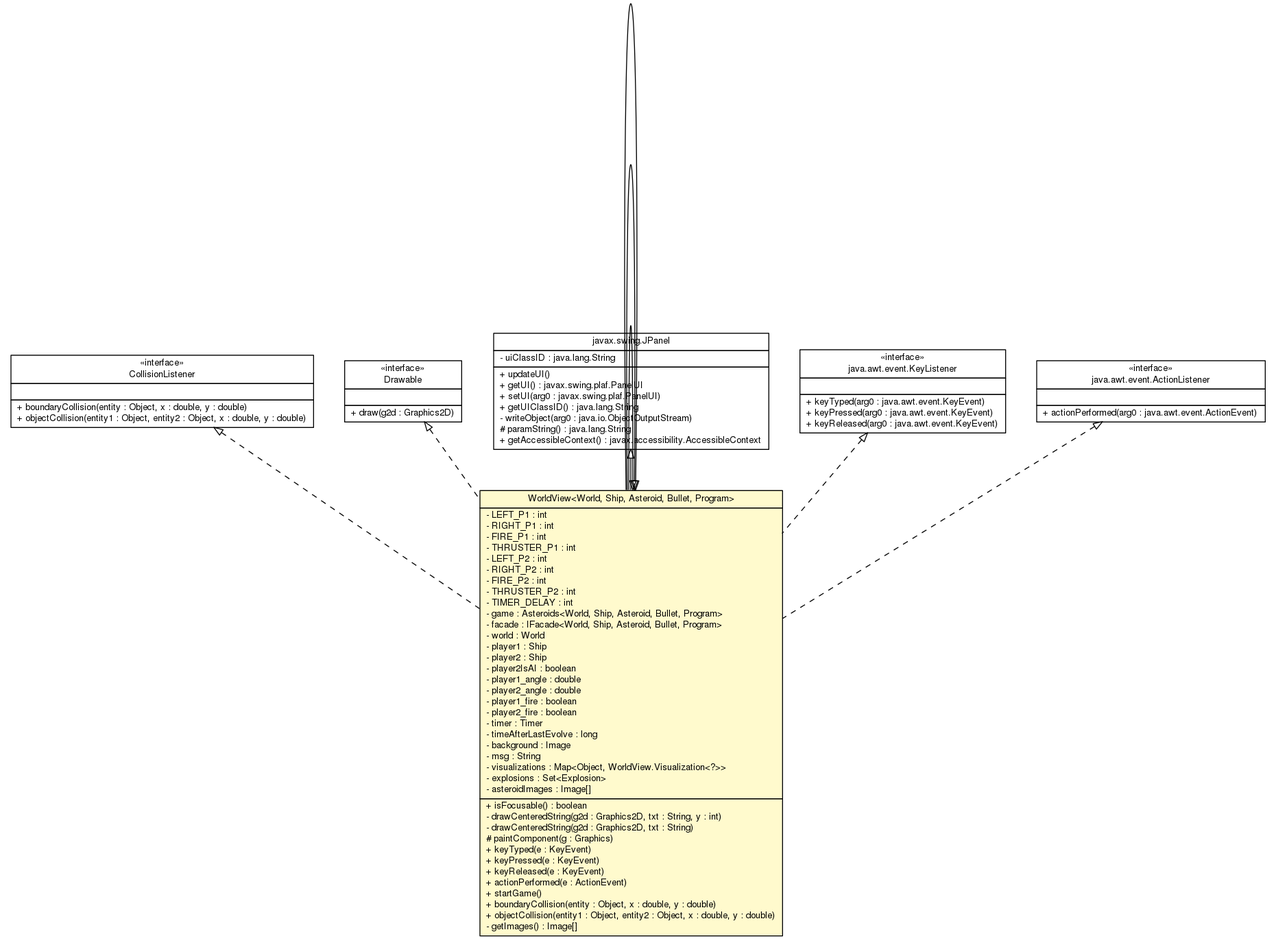
sinopeus/asteroids keeps this Graphviz diagram as doc/main/WorldView.png. Above is the earlier version. Its source is kept beside it as doc/main/WorldView.dot. The source it was exported from:
```dot

digraph G {
	edge [fontname="Helvetica",fontsize=10,labelfontname="Helvetica",labelfontsize=10];
	node [fontname="Helvetica",fontsize=10,shape=plaintext];
	nodesep=0.25;
	ranksep=0.5;
	c17926 [label=<<table title="main.CollisionListener" border="0" cellborder="1" cellspacing="0" cellpadding="2" port="p" href="./CollisionListener.html">
		<tr><td><table border="0" cellspacing="0" cellpadding="1">
<tr><td align="center" balign="center"> &#171;interface&#187; </td></tr>
<tr><td align="center" balign="center"> CollisionListener </td></tr>
		</table></td></tr>
		<tr><td><table border="0" cellspacing="0" cellpadding="1">
<tr><td align="left" balign="left">  </td></tr>
		</table></td></tr>
		<tr><td><table border="0" cellspacing="0" cellpadding="1">
<tr><td align="left" balign="left"> + boundaryCollision(entity : Object, x : double, y : double) </td></tr>
<tr><td align="left" balign="left"> + objectCollision(entity1 : Object, entity2 : Object, x : double, y : double) </td></tr>
		</table></td></tr>
		</table>>, URL="./CollisionListener.html", fontname="Helvetica", fontcolor="black", fontsize=10.0];
	c17927 [label=<<table title="main.WorldView" border="0" cellborder="1" cellspacing="0" cellpadding="2" port="p" bgcolor="lemonChiffon" href="./WorldView.html">
		<tr><td><table border="0" cellspacing="0" cellpadding="1">
<tr><td align="center" balign="center"> WorldView&lt;World, Ship, Asteroid, Bullet, Program&gt; </td></tr>
		</table></td></tr>
		<tr><td><table border="0" cellspacing="0" cellpadding="1">
<tr><td align="left" balign="left"> - LEFT_P1 : int </td></tr>
<tr><td align="left" balign="left"> - RIGHT_P1 : int </td></tr>
<tr><td align="left" balign="left"> - FIRE_P1 : int </td></tr>
<tr><td align="left" balign="left"> - THRUSTER_P1 : int </td></tr>
<tr><td align="left" balign="left"> - LEFT_P2 : int </td></tr>
<tr><td align="left" balign="left"> - RIGHT_P2 : int </td></tr>
<tr><td align="left" balign="left"> - FIRE_P2 : int </td></tr>
<tr><td align="left" balign="left"> - THRUSTER_P2 : int </td></tr>
<tr><td align="left" balign="left"> - TIMER_DELAY : int </td></tr>
<tr><td align="left" balign="left"> - game : Asteroids&lt;World, Ship, Asteroid, Bullet, Program&gt; </td></tr>
<tr><td align="left" balign="left"> - facade : IFacade&lt;World, Ship, Asteroid, Bullet, Program&gt; </td></tr>
<tr><td align="left" balign="left"> - world : World </td></tr>
<tr><td align="left" balign="left"> - player1 : Ship </td></tr>
<tr><td align="left" balign="left"> - player2 : Ship </td></tr>
<tr><td align="left" balign="left"> - player2IsAI : boolean </td></tr>
<tr><td align="left" balign="left"> - player1_angle : double </td></tr>
<tr><td align="left" balign="left"> - player2_angle : double </td></tr>
<tr><td align="left" balign="left"> - player1_fire : boolean </td></tr>
<tr><td align="left" balign="left"> - player2_fire : boolean </td></tr>
<tr><td align="left" balign="left"> - timer : Timer </td></tr>
<tr><td align="left" balign="left"> - timeAfterLastEvolve : long </td></tr>
<tr><td align="left" balign="left"> - background : Image </td></tr>
<tr><td align="left" balign="left"> - msg : String </td></tr>
<tr><td align="left" balign="left"> - visualizations : Map&lt;Object, WorldView.Visualization&lt;?&gt;&gt; </td></tr>
<tr><td align="left" balign="left"> - explosions : Set&lt;Explosion&gt; </td></tr>
<tr><td align="left" balign="left"> - asteroidImages : Image[] </td></tr>
		</table></td></tr>
		<tr><td><table border="0" cellspacing="0" cellpadding="1">
<tr><td align="left" balign="left"> + isFocusable() : boolean </td></tr>
<tr><td align="left" balign="left"> - drawCenteredString(g2d : Graphics2D, txt : String, y : int) </td></tr>
<tr><td align="left" balign="left"> - drawCenteredString(g2d : Graphics2D, txt : String) </td></tr>
<tr><td align="left" balign="left"> # paintComponent(g : Graphics) </td></tr>
<tr><td align="left" balign="left"> + keyTyped(e : KeyEvent) </td></tr>
<tr><td align="left" balign="left"> + keyPressed(e : KeyEvent) </td></tr>
<tr><td align="left" balign="left"> + keyReleased(e : KeyEvent) </td></tr>
<tr><td align="left" balign="left"> + actionPerformed(e : ActionEvent) </td></tr>
<tr><td align="left" balign="left"> + startGame() </td></tr>
<tr><td align="left" balign="left"> + boundaryCollision(entity : Object, x : double, y : double) </td></tr>
<tr><td align="left" balign="left"> + objectCollision(entity1 : Object, entity2 : Object, x : double, y : double) </td></tr>
<tr><td align="left" balign="left"> - getImages() : Image[] </td></tr>
		</table></td></tr>
		</table>>, URL="./WorldView.html", fontname="Helvetica", fontcolor="black", fontsize=10.0];
	c17930 [label=<<table title="main.Drawable" border="0" cellborder="1" cellspacing="0" cellpadding="2" port="p" href="./Drawable.html">
		<tr><td><table border="0" cellspacing="0" cellpadding="1">
<tr><td align="center" balign="center"> &#171;interface&#187; </td></tr>
<tr><td align="center" balign="center"> Drawable </td></tr>
		</table></td></tr>
		<tr><td><table border="0" cellspacing="0" cellpadding="1">
<tr><td align="left" balign="left">  </td></tr>
		</table></td></tr>
		<tr><td><table border="0" cellspacing="0" cellpadding="1">
<tr><td align="left" balign="left"> + draw(g2d : Graphics2D) </td></tr>
		</table></td></tr>
		</table>>, URL="./Drawable.html", fontname="Helvetica", fontcolor="black", fontsize=10.0];
	c18047:p -> c17927:p [dir=back,arrowtail=empty];
	c18048:p -> c17927:p [dir=back,arrowtail=empty,style=dashed];
	c18049:p -> c17927:p [dir=back,arrowtail=empty,style=dashed];
	c17926:p -> c17927:p [dir=back,arrowtail=empty,style=dashed];
	c17930:p -> c17927:p [dir=back,arrowtail=empty,style=dashed];
	c17927:p -> c17927:p [dir=back,arrowtail=empty];
	c17927:p -> c17927:p [dir=back,arrowtail=empty];
	c17927:p -> c17927:p [dir=back,arrowtail=empty];
	c18047 [label=<<table title="javax.swing.JPanel" border="0" cellborder="1" cellspacing="0" cellpadding="2" port="p" href="http://java.sun.com/j2se/1.4.2/docs/api/javax/swing/JPanel.html">
		<tr><td><table border="0" cellspacing="0" cellpadding="1">
<tr><td align="center" balign="center"> javax.swing.JPanel </td></tr>
		</table></td></tr>
		<tr><td><table border="0" cellspacing="0" cellpadding="1">
<tr><td align="left" balign="left"> - uiClassID : java.lang.String </td></tr>
		</table></td></tr>
		<tr><td><table border="0" cellspacing="0" cellpadding="1">
<tr><td align="left" balign="left"> + updateUI() </td></tr>
<tr><td align="left" balign="left"> + getUI() : javax.swing.plaf.PanelUI </td></tr>
<tr><td align="left" balign="left"> + setUI(arg0 : javax.swing.plaf.PanelUI) </td></tr>
<tr><td align="left" balign="left"> + getUIClassID() : java.lang.String </td></tr>
<tr><td align="left" balign="left"> - writeObject(arg0 : java.io.ObjectOutputStream) </td></tr>
<tr><td align="left" balign="left"> # paramString() : java.lang.String </td></tr>
<tr><td align="left" balign="left"> + getAccessibleContext() : javax.accessibility.AccessibleContext </td></tr>
		</table></td></tr>
		</table>>, URL="http://java.sun.com/j2se/1.4.2/docs/api/javax/swing/JPanel.html", fontname="Helvetica", fontcolor="black", fontsize=10.0];
	c18048 [label=<<table title="java.awt.event.KeyListener" border="0" cellborder="1" cellspacing="0" cellpadding="2" port="p" href="http://java.sun.com/j2se/1.4.2/docs/api/java/awt/event/KeyListener.html">
		<tr><td><table border="0" cellspacing="0" cellpadding="1">
<tr><td align="center" balign="center"> &#171;interface&#187; </td></tr>
<tr><td align="center" balign="center"> java.awt.event.KeyListener </td></tr>
		</table></td></tr>
		<tr><td><table border="0" cellspacing="0" cellpadding="1">
<tr><td align="left" balign="left">  </td></tr>
		</table></td></tr>
		<tr><td><table border="0" cellspacing="0" cellpadding="1">
<tr><td align="left" balign="left"> + keyTyped(arg0 : java.awt.event.KeyEvent) </td></tr>
<tr><td align="left" balign="left"> + keyPressed(arg0 : java.awt.event.KeyEvent) </td></tr>
<tr><td align="left" balign="left"> + keyReleased(arg0 : java.awt.event.KeyEvent) </td></tr>
		</table></td></tr>
		</table>>, URL="http://java.sun.com/j2se/1.4.2/docs/api/java/awt/event/KeyListener.html", fontname="Helvetica", fontcolor="black", fontsize=10.0];
	c18049 [label=<<table title="java.awt.event.ActionListener" border="0" cellborder="1" cellspacing="0" cellpadding="2" port="p" href="http://java.sun.com/j2se/1.4.2/docs/api/java/awt/event/ActionListener.html">
		<tr><td><table border="0" cellspacing="0" cellpadding="1">
<tr><td align="center" balign="center"> &#171;interface&#187; </td></tr>
<tr><td align="center" balign="center"> java.awt.event.ActionListener </td></tr>
		</table></td></tr>
		<tr><td><table border="0" cellspacing="0" cellpadding="1">
<tr><td align="left" balign="left">  </td></tr>
		</table></td></tr>
		<tr><td><table border="0" cellspacing="0" cellpadding="1">
<tr><td align="left" balign="left"> + actionPerformed(arg0 : java.awt.event.ActionEvent) </td></tr>
		</table></td></tr>
		</table>>, URL="http://java.sun.com/j2se/1.4.2/docs/api/java/awt/event/ActionListener.html", fontname="Helvetica", fontcolor="black", fontsize=10.0];
}
```
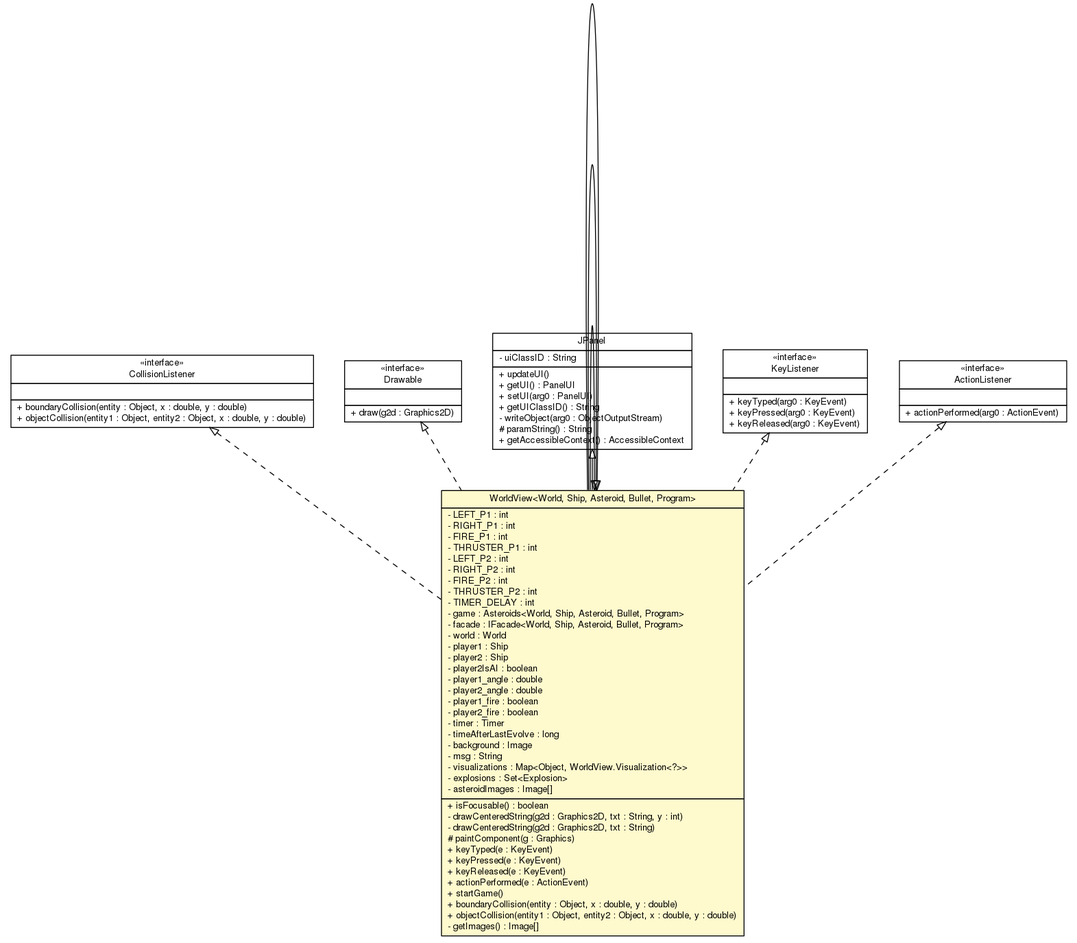
The same diagram one commit later.

The edit, as a diff of the source:
```diff
@@ -86,45 +86,45 @@
 	c17927:p -> c17927:p [dir=back,arrowtail=empty];
 	c18047 [label=<<table title="javax.swing.JPanel" border="0" cellborder="1" cellspacing="0" cellpadding="2" port="p" href="http://java.sun.com/j2se/1.4.2/docs/api/javax/swing/JPanel.html">
 		<tr><td><table border="0" cellspacing="0" cellpadding="1">
-<tr><td align="center" balign="center"> javax.swing.JPanel </td></tr>
+<tr><td align="center" balign="center"> JPanel </td></tr>
 		</table></td></tr>
 		<tr><td><table border="0" cellspacing="0" cellpadding="1">
-<tr><td align="left" balign="left"> - uiClassID : java.lang.String </td></tr>
+<tr><td align="left" balign="left"> - uiClassID : String </td></tr>
 		</table></td></tr>
 		<tr><td><table border="0" cellspacing="0" cellpadding="1">
 <tr><td align="left" balign="left"> + updateUI() </td></tr>
-<tr><td align="left" balign="left"> + getUI() : javax.swing.plaf.PanelUI </td></tr>
-<tr><td align="left" balign="left"> + setUI(arg0 : javax.swing.plaf.PanelUI) </td></tr>
-<tr><td align="left" balign="left"> + getUIClassID() : java.lang.String </td></tr>
-<tr><td align="left" balign="left"> - writeObject(arg0 : java.io.ObjectOutputStream) </td></tr>
-<tr><td align="left" balign="left"> # paramString() : java.lang.String </td></tr>
-<tr><td align="left" balign="left"> + getAccessibleContext() : javax.accessibility.AccessibleContext </td></tr>
+<tr><td align="left" balign="left"> + getUI() : PanelUI </td></tr>
+<tr><td align="left" balign="left"> + setUI(arg0 : PanelUI) </td></tr>
+<tr><td align="left" balign="left"> + getUIClassID() : String </td></tr>
+<tr><td align="left" balign="left"> - writeObject(arg0 : ObjectOutputStream) </td></tr>
+<tr><td align="left" balign="left"> # paramString() : String </td></tr>
+<tr><td align="left" balign="left"> + getAccessibleContext() : AccessibleContext </td></tr>
 		</table></td></tr>
 		</table>>, URL="http://java.sun.com/j2se/1.4.2/docs/api/javax/swing/JPanel.html", fontname="Helvetica", fontcolor="black", fontsize=10.0];
 	c18048 [label=<<table title="java.awt.event.KeyListener" border="0" cellborder="1" cellspacing="0" cellpadding="2" port="p" href="http://java.sun.com/j2se/1.4.2/docs/api/java/awt/event/KeyListener.html">
 		<tr><td><table border="0" cellspacing="0" cellpadding="1">
 <tr><td align="center" balign="center"> &#171;interface&#187; </td></tr>
-<tr><td align="center" balign="center"> java.awt.event.KeyListener </td></tr>
+<tr><td align="center" balign="center"> KeyListener </td></tr>
 		</table></td></tr>
 		<tr><td><table border="0" cellspacing="0" cellpadding="1">
 <tr><td align="left" balign="left">  </td></tr>
 		</table></td></tr>
 		<tr><td><table border="0" cellspacing="0" cellpadding="1">
-<tr><td align="left" balign="left"> + keyTyped(arg0 : java.awt.event.KeyEvent) </td></tr>
-<tr><td align="left" balign="left"> + keyPressed(arg0 : java.awt.event.KeyEvent) </td></tr>
-<tr><td align="left" balign="left"> + keyReleased(arg0 : java.awt.event.KeyEvent) </td></tr>
+<tr><td align="left" balign="left"> + keyTyped(arg0 : KeyEvent) </td></tr>
+<tr><td align="left" balign="left"> + keyPressed(arg0 : KeyEvent) </td></tr>
+<tr><td align="left" balign="left"> + keyReleased(arg0 : KeyEvent) </td></tr>
 		</table></td></tr>
 		</table>>, URL="http://java.sun.com/j2se/1.4.2/docs/api/java/awt/event/KeyListener.html", fontname="Helvetica", fontcolor="black", fontsize=10.0];
 	c18049 [label=<<table title="java.awt.event.ActionListener" border="0" cellborder="1" cellspacing="0" cellpadding="2" port="p" href="http://java.sun.com/j2se/1.4.2/docs/api/java/awt/event/ActionListener.html">
 		<tr><td><table border="0" cellspacing="0" cellpadding="1">
 <tr><td align="center" balign="center"> &#171;interface&#187; </td></tr>
-<tr><td align="center" balign="center"> java.awt.event.ActionListener </td></tr>
+<tr><td align="center" balign="center"> ActionListener </td></tr>
 		</table></td></tr>
 		<tr><td><table border="0" cellspacing="0" cellpadding="1">
 <tr><td align="left" balign="left">  </td></tr>
 		</table></td></tr>
 		<tr><td><table border="0" cellspacing="0" cellpadding="1">
-<tr><td align="left" balign="left"> + actionPerformed(arg0 : java.awt.event.ActionEvent) </td></tr>
+<tr><td align="left" balign="left"> + actionPerformed(arg0 : ActionEvent) </td></tr>
 		</table></td></tr>
 		</table>>, URL="http://java.sun.com/j2se/1.4.2/docs/api/java/awt/event/ActionListener.html", fontname="Helvetica", fontcolor="black", fontsize=10.0];
 }
```
